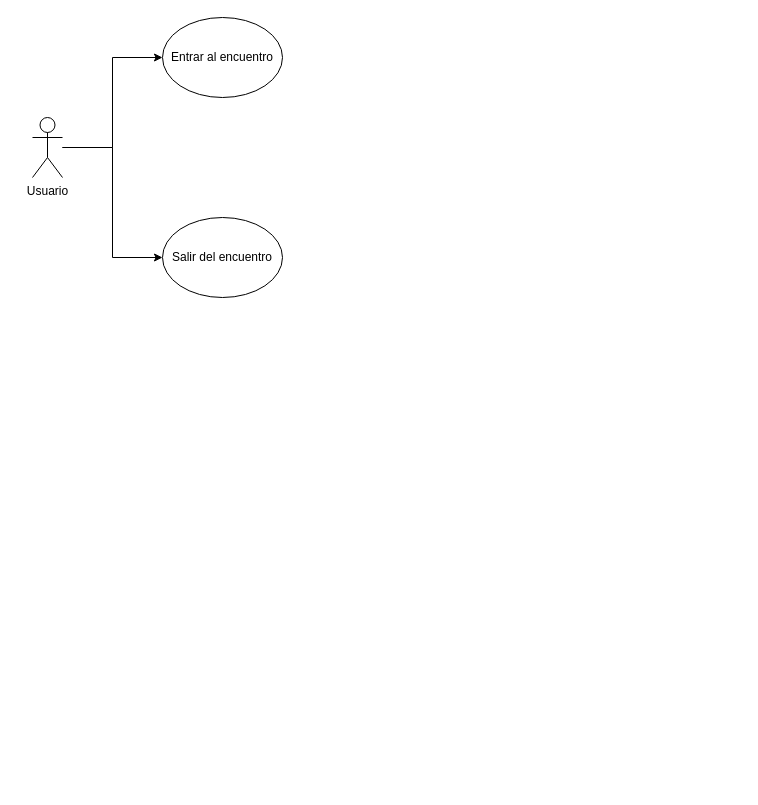
Above: Entornos/Tema 06/Encuentros_virtuales.drawio in vjp-rosangelaRC/Netbeans (draw.io), before the change. Source tidied: cells renumbered, new cells numbered last; positions are measured from the earlier drawing's top-left corner, leaving out a move shared by most shapes. Both pictures are drawn from the tidied source at 100%, with x=0, y=0 at pixel (32, 17).
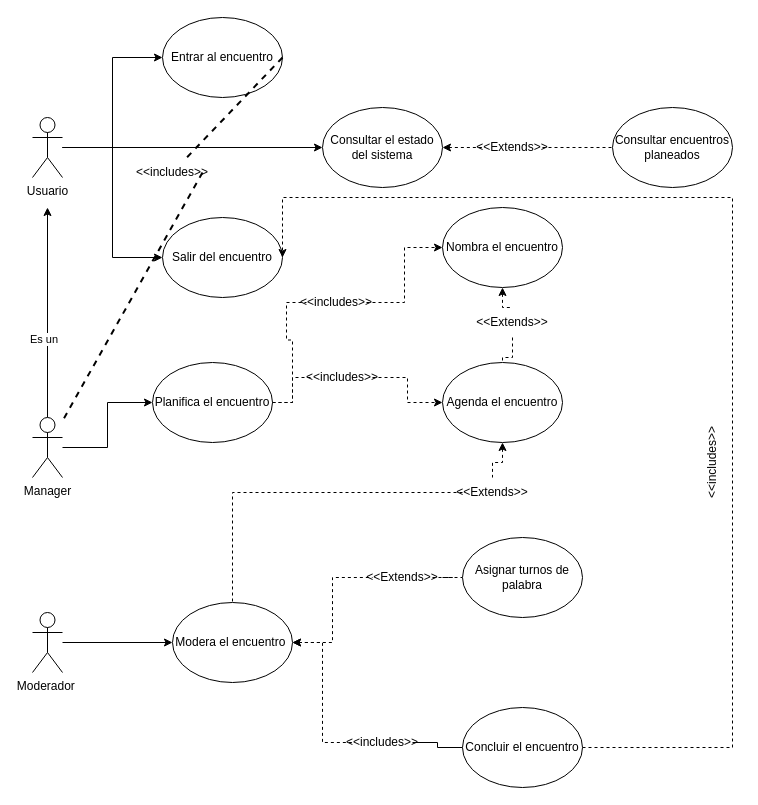
Above is the later version.

Unchanged cells that the change refers to:
```xml
<mxCell id="4" value="Usuario" style="shape=umlActor;verticalLabelPosition=bottom;verticalAlign=top;html=1;outlineConnect=0;" parent="1" vertex="1">
  <mxGeometry y="100" width="30" height="60" as="geometry" />
</mxCell>
<mxCell id="5" value="Entrar al encuentro" style="ellipse;whiteSpace=wrap;html=1;" parent="1" vertex="1">
  <mxGeometry x="130" width="120" height="80" as="geometry" />
</mxCell>
<mxCell id="6" value="Salir del encuentro" style="ellipse;whiteSpace=wrap;html=1;" parent="1" vertex="1">
  <mxGeometry x="130" y="200" width="120" height="80" as="geometry" />
</mxCell>
```

The edit, as a diff of the source:
```diff
@@
+    <mxCell id="7" style="edgeStyle=orthogonalEdgeStyle;rounded=0;jettySize=auto;html=1;entryX=0;entryY=0.5;entryDx=0;entryDy=0;" parent="1" edge="1" source="4" target="44">
+      <mxGeometry relative="1" as="geometry" />
+    </mxCell>
@@
+    <mxCell id="8" style="edgeStyle=orthogonalEdgeStyle;rounded=0;jettySize=auto;html=1;" parent="1" edge="1" source="11">
+      <mxGeometry relative="1" as="geometry">
+        <mxPoint x="15" y="190" as="targetPoint" />
+      </mxGeometry>
+    </mxCell>
+    <mxCell id="9" value="Es un&amp;nbsp;" style="edgeLabel;html=1;align=center;verticalAlign=middle;" parent="8" vertex="1">
+      <mxGeometry x="-0.25" y="3" relative="1" as="geometry" />
+    </mxCell>
+    <mxCell id="10" style="edgeStyle=orthogonalEdgeStyle;rounded=0;jettySize=auto;html=1;entryX=0;entryY=0.5;entryDx=0;entryDy=0;" parent="1" edge="1" source="11" target="17">
+      <mxGeometry relative="1" as="geometry" />
+    </mxCell>
+    <mxCell id="11" value="Manager" style="shape=umlActor;verticalLabelPosition=bottom;verticalAlign=top;html=1;outlineConnect=0;" parent="1" vertex="1">
+      <mxGeometry y="400" width="30" height="60" as="geometry" />
+    </mxCell>
+    <mxCell id="12" style="endArrow=none;dashed=1;html=1;strokeWidth=2;rounded=0;exitX=1;exitY=0.5;exitDx=0;exitDy=0;" parent="1" edge="1" source="14" target="11">
+      <mxGeometry relative="1" as="geometry" />
+    </mxCell>
+    <mxCell id="13" style="endArrow=none;dashed=1;html=1;strokeWidth=2;rounded=0;exitX=1;exitY=0.5;exitDx=0;exitDy=0;" parent="1" edge="1" source="5" target="14">
+      <mxGeometry relative="1" as="geometry" />
+    </mxCell>
+    <mxCell id="14" value="&amp;lt;&amp;lt;includes&amp;gt;&amp;gt;" style="text;html=1;strokeColor=none;fillColor=none;align=center;verticalAlign=middle;whiteSpace=wrap;rounded=0;" parent="1" vertex="1">
+      <mxGeometry x="110" y="140" width="60" height="30" as="geometry" />
+    </mxCell>
+    <mxCell id="15" style="edgeStyle=orthogonalEdgeStyle;rounded=0;jettySize=auto;html=1;entryX=0;entryY=0.5;entryDx=0;entryDy=0;dashed=1;" parent="1" edge="1" source="28" target="21">
+      <mxGeometry relative="1" as="geometry" />
+    </mxCell>
+    <mxCell id="16" style="edgeStyle=orthogonalEdgeStyle;rounded=0;jettySize=auto;html=1;entryX=0;entryY=0.5;entryDx=0;entryDy=0;dashed=1;" parent="1" edge="1" source="26" target="19">
+      <mxGeometry relative="1" as="geometry" />
+    </mxCell>
+    <mxCell id="17" value="Planifica el encuentro" style="ellipse;whiteSpace=wrap;html=1;" parent="1" vertex="1">
+      <mxGeometry x="120" y="345" width="120" height="80" as="geometry" />
+    </mxCell>
+    <mxCell id="18" style="edgeStyle=orthogonalEdgeStyle;rounded=0;jettySize=auto;html=1;dashed=1;startArrow=none;startFill=0;endArrow=none;endFill=0;" parent="1" edge="1" source="30" target="21">
+      <mxGeometry relative="1" as="geometry" />
+    </mxCell>
+    <mxCell id="19" value="Nombra el encuentro" style="ellipse;whiteSpace=wrap;html=1;" parent="1" vertex="1">
+      <mxGeometry x="410" y="190" width="120" height="80" as="geometry" />
+    </mxCell>
+    <mxCell id="20" style="edgeStyle=orthogonalEdgeStyle;rounded=0;jettySize=auto;html=1;entryX=0.5;entryY=0;entryDx=0;entryDy=0;dashed=1;endArrow=none;endFill=0;startArrow=none;startFill=0;" parent="1" edge="1" source="32" target="24">
+      <mxGeometry relative="1" as="geometry" />
+    </mxCell>
+    <mxCell id="21" value="Agenda el encuentro" style="ellipse;whiteSpace=wrap;html=1;" parent="1" vertex="1">
+      <mxGeometry x="410" y="345" width="120" height="80" as="geometry" />
+    </mxCell>
+    <mxCell id="22" style="edgeStyle=orthogonalEdgeStyle;rounded=0;jettySize=auto;html=1;entryX=0;entryY=0.5;entryDx=0;entryDy=0;dashed=1;endArrow=none;endFill=0;" parent="1" edge="1" source="39" target="35">
+      <mxGeometry relative="1" as="geometry" />
+    </mxCell>
+    <mxCell id="23" style="edgeStyle=orthogonalEdgeStyle;rounded=0;jettySize=auto;html=1;entryX=0;entryY=0.5;entryDx=0;entryDy=0;endArrow=none;endFill=0;" parent="1" edge="1" source="41" target="37">
+      <mxGeometry relative="1" as="geometry" />
+    </mxCell>
+    <mxCell id="24" value="Modera el encuentro&amp;nbsp;" style="ellipse;whiteSpace=wrap;html=1;" parent="1" vertex="1">
+      <mxGeometry x="140" y="585" width="120" height="80" as="geometry" />
+    </mxCell>
+    <mxCell id="25" style="edgeStyle=orthogonalEdgeStyle;rounded=0;jettySize=auto;html=1;entryX=0;entryY=0.5;entryDx=0;entryDy=0;dashed=1;endArrow=none;endFill=0;" parent="1" edge="1" source="17" target="26">
+      <mxGeometry relative="1" as="geometry" />
+    </mxCell>
+    <mxCell id="26" value="&amp;lt;&amp;lt;includes&amp;gt;&amp;gt;" style="text;html=1;strokeColor=none;fillColor=none;align=center;verticalAlign=middle;whiteSpace=wrap;rounded=0;" parent="1" vertex="1">
+      <mxGeometry x="274" y="270" width="60" height="30" as="geometry" />
+    </mxCell>
+    <mxCell id="27" style="edgeStyle=orthogonalEdgeStyle;rounded=0;jettySize=auto;html=1;entryX=0;entryY=0.5;entryDx=0;entryDy=0;dashed=1;endArrow=none;endFill=0;" parent="1" edge="1" source="17" target="28">
+      <mxGeometry relative="1" as="geometry" />
+    </mxCell>
+    <mxCell id="28" value="&amp;lt;&amp;lt;includes&amp;gt;&amp;gt;" style="text;html=1;strokeColor=none;fillColor=none;align=center;verticalAlign=middle;whiteSpace=wrap;rounded=0;" parent="1" vertex="1">
+      <mxGeometry x="280" y="345" width="60" height="30" as="geometry" />
+    </mxCell>
+    <mxCell id="29" style="edgeStyle=orthogonalEdgeStyle;rounded=0;jettySize=auto;html=1;dashed=1;startArrow=classic;startFill=1;endArrow=none;endFill=0;" parent="1" edge="1" source="19" target="30">
+      <mxGeometry relative="1" as="geometry" />
+    </mxCell>
+    <mxCell id="30" value="&amp;lt;&amp;lt;Extends&amp;gt;&amp;gt;" style="text;html=1;strokeColor=none;fillColor=none;align=center;verticalAlign=middle;whiteSpace=wrap;rounded=0;" parent="1" vertex="1">
+      <mxGeometry x="450" y="290" width="60" height="30" as="geometry" />
+    </mxCell>
+    <mxCell id="31" style="edgeStyle=orthogonalEdgeStyle;rounded=0;jettySize=auto;html=1;entryX=0.5;entryY=0;entryDx=0;entryDy=0;dashed=1;endArrow=none;endFill=0;startArrow=classic;startFill=1;" parent="1" edge="1" source="21" target="32">
+      <mxGeometry relative="1" as="geometry" />
+    </mxCell>
+    <mxCell id="32" value="&amp;lt;&amp;lt;Extends&amp;gt;&amp;gt;" style="text;html=1;strokeColor=none;fillColor=none;align=center;verticalAlign=middle;whiteSpace=wrap;rounded=0;" parent="1" vertex="1">
+      <mxGeometry x="430" y="460" width="60" height="30" as="geometry" />
+    </mxCell>
+    <mxCell id="33" style="edgeStyle=orthogonalEdgeStyle;rounded=0;jettySize=auto;html=1;entryX=0;entryY=0.5;entryDx=0;entryDy=0;" parent="1" edge="1" source="34" target="24">
+      <mxGeometry relative="1" as="geometry" />
+    </mxCell>
+    <mxCell id="34" value="Moderador&amp;nbsp;" style="shape=umlActor;verticalLabelPosition=bottom;verticalAlign=top;html=1;outlineConnect=0;" parent="1" vertex="1">
+      <mxGeometry y="595" width="30" height="60" as="geometry" />
+    </mxCell>
+    <mxCell id="35" value="Asignar turnos de palabra" style="ellipse;whiteSpace=wrap;html=1;" parent="1" vertex="1">
+      <mxGeometry x="430" y="520" width="120" height="80" as="geometry" />
+    </mxCell>
+    <mxCell id="36" style="edgeStyle=orthogonalEdgeStyle;rounded=0;jettySize=auto;html=1;entryX=1;entryY=0.5;entryDx=0;entryDy=0;dashed=1;" parent="1" edge="1" source="37" target="6">
+      <mxGeometry relative="1" as="geometry">
+        <Array as="points">
+          <mxPoint x="700" y="730" />
+          <mxPoint x="700" y="180" />
+          <mxPoint x="250" y="180" />
+        </Array>
+      </mxGeometry>
+    </mxCell>
+    <mxCell id="37" value="Concluir el encuentro" style="ellipse;whiteSpace=wrap;html=1;" parent="1" vertex="1">
+      <mxGeometry x="430" y="690" width="120" height="80" as="geometry" />
+    </mxCell>
+    <mxCell id="38" style="edgeStyle=orthogonalEdgeStyle;rounded=0;jettySize=auto;html=1;entryX=0;entryY=0.5;entryDx=0;entryDy=0;dashed=1;startArrow=classic;startFill=1;endArrow=none;endFill=0;" parent="1" edge="1" source="24" target="39">
+      <mxGeometry relative="1" as="geometry" />
+    </mxCell>
+    <mxCell id="39" value="&amp;lt;&amp;lt;Extends&amp;gt;&amp;gt;" style="text;html=1;strokeColor=none;fillColor=none;align=center;verticalAlign=middle;whiteSpace=wrap;rounded=0;" parent="1" vertex="1">
+      <mxGeometry x="340" y="545" width="60" height="30" as="geometry" />
+    </mxCell>
+    <mxCell id="40" style="edgeStyle=orthogonalEdgeStyle;rounded=0;jettySize=auto;html=1;entryX=0;entryY=0.5;entryDx=0;entryDy=0;dashed=1;endArrow=none;endFill=0;startArrow=classic;startFill=1;" parent="1" edge="1" source="24" target="41">
+      <mxGeometry relative="1" as="geometry" />
+    </mxCell>
+    <mxCell id="41" value="&amp;lt;&amp;lt;includes&amp;gt;&amp;gt;" style="text;html=1;strokeColor=none;fillColor=none;align=center;verticalAlign=middle;whiteSpace=wrap;rounded=0;" parent="1" vertex="1">
+      <mxGeometry x="320" y="710" width="60" height="30" as="geometry" />
+    </mxCell>
+    <mxCell id="42" value="&amp;lt;&amp;lt;includes&amp;gt;&amp;gt;" style="text;html=1;strokeColor=none;fillColor=none;align=center;verticalAlign=middle;whiteSpace=wrap;rounded=0;rotation=-90;" parent="1" vertex="1">
+      <mxGeometry x="650" y="430" width="60" height="30" as="geometry" />
+    </mxCell>
+    <mxCell id="43" style="edgeStyle=orthogonalEdgeStyle;rounded=0;jettySize=auto;html=1;dashed=1;endArrow=none;endFill=0;" parent="1" edge="1" source="47" target="45">
+      <mxGeometry relative="1" as="geometry" />
+    </mxCell>
+    <mxCell id="44" value="Consultar el estado del sistema" style="ellipse;whiteSpace=wrap;html=1;" parent="1" vertex="1">
+      <mxGeometry x="290" y="90" width="120" height="80" as="geometry" />
+    </mxCell>
+    <mxCell id="45" value="Consultar encuentros planeados" style="ellipse;whiteSpace=wrap;html=1;" parent="1" vertex="1">
+      <mxGeometry x="580" y="90" width="120" height="80" as="geometry" />
+    </mxCell>
+    <mxCell id="46" style="edgeStyle=orthogonalEdgeStyle;rounded=0;jettySize=auto;html=1;dashed=1;endArrow=none;endFill=0;startArrow=classic;startFill=1;" parent="1" edge="1" source="44" target="47">
+      <mxGeometry relative="1" as="geometry" />
+    </mxCell>
+    <mxCell id="47" value="&amp;lt;&amp;lt;Extends&amp;gt;&amp;gt;" style="text;html=1;strokeColor=none;fillColor=none;align=center;verticalAlign=middle;whiteSpace=wrap;rounded=0;" parent="1" vertex="1">
+      <mxGeometry x="450" y="115" width="60" height="30" as="geometry" />
+    </mxCell>
```
